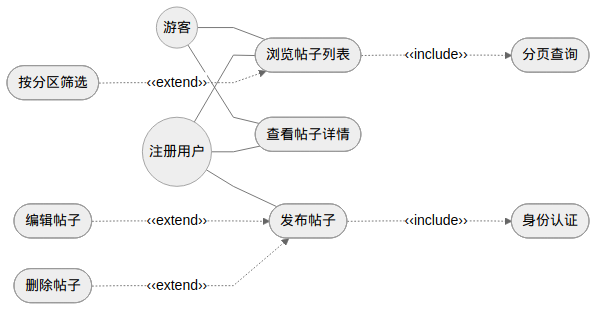
This is docs/diagrams/fig3-3-post-usecase.png from Wkjlovec/graduation_project_zhuang, a Mermaid export, as it was before one commit. Its source is kept beside it as docs/diagrams/fig3-3-post-usecase.mmd.
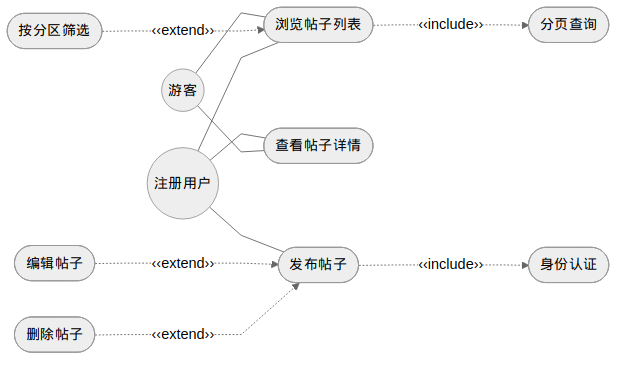
After the change.

What changed in the source:
```diff
@@ -1,12 +1,12 @@
-%%{init: {'theme': 'neutral', 'flowchart': {'curve': 'linear', 'rankSpacing': 50, 'nodeSpacing': 35}}}%%
+%%{init: {'theme': 'neutral', 'flowchart': {'curve': 'linear', 'rankSpacing': 50, 'nodeSpacing': 40}}}%%
 graph LR
     Guest((游客)) --- UC1([浏览帖子列表])
-    Guest --- UC3([查看帖子详情])
-    User((注册用户)) --- UC1
-    User --- UC3
-    User --- UC4([发布帖子])
     UC1 -..->|"‹‹include››"| UC2([分页查询])
     UC6([按分区筛选]) -..->|"‹‹extend››"| UC1
+    User((注册用户)) --- UC1
+    User --- UC3([查看帖子详情])
+    Guest --- UC3
+    User --- UC4([发布帖子])
     UC4 -..->|"‹‹include››"| UC5([身份认证])
     UC7([编辑帖子]) -..->|"‹‹extend››"| UC4
     UC8([删除帖子]) -..->|"‹‹extend››"| UC4
```
